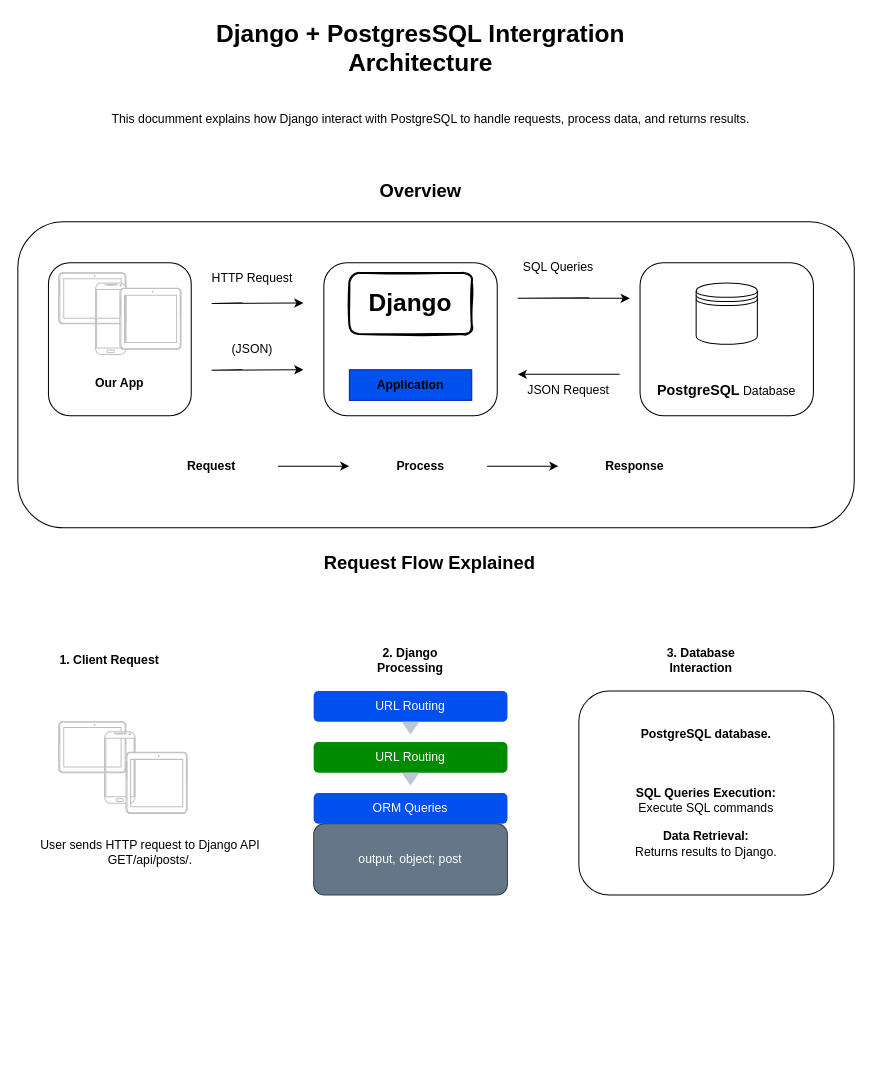
Above: Untitled Diagram.drawio in ksandile/dbInStoreForumBackend (draw.io), before the change. Source tidied: cells renumbered, new cells numbered last; positions are measured from the earlier drawing's top-left corner, leaving out a move shared by most shapes. Both pictures are drawn from the tidied source at 102%, with x=0, y=0 at pixel (17, 17).
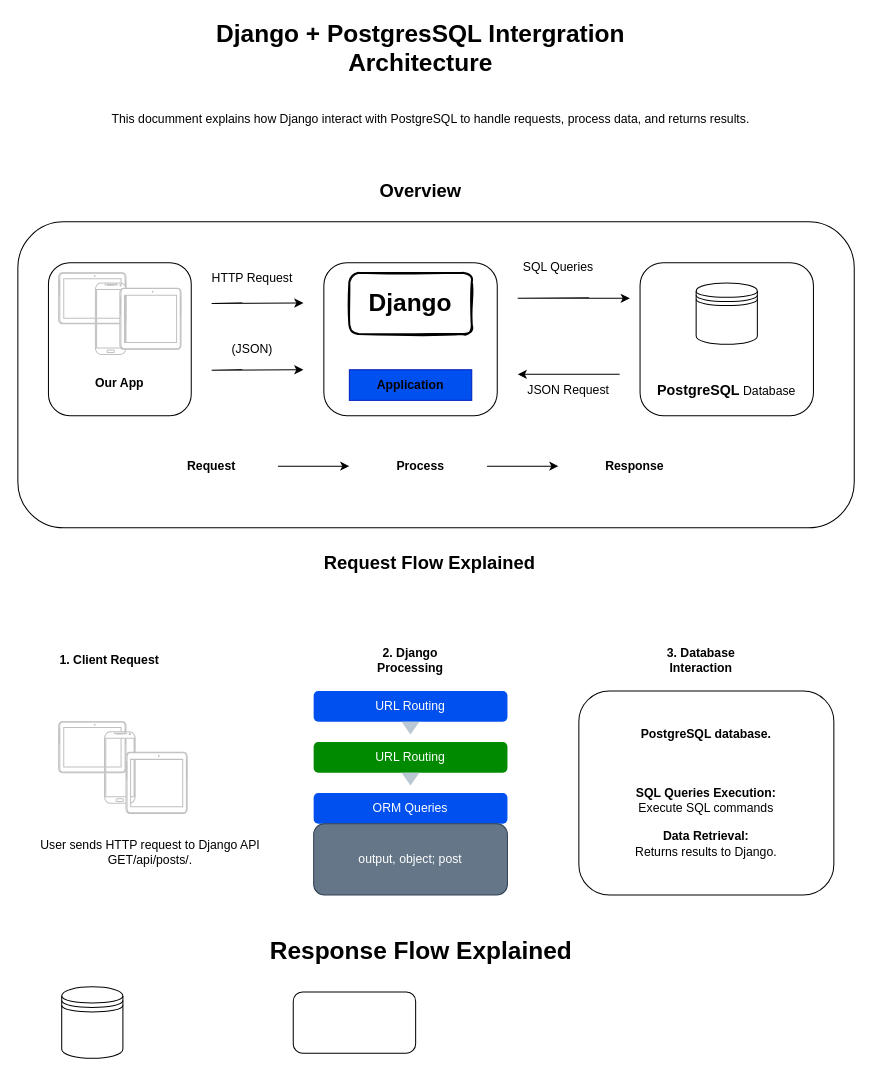
Above is the later version.

Change to the diagram source:
```diff
@@
+    <mxCell id="45" value="&lt;b&gt;&lt;font style=&quot;font-size: 24px;&quot;&gt;Response Flow Explained&lt;/font&gt;&lt;/b&gt;" style="text;html=1;whiteSpace=wrap;strokeColor=none;fillColor=none;align=center;verticalAlign=middle;rounded=0;fontFamily=Helvetica;fontSize=12;fontColor=default;" parent="1" vertex="1">
+      <mxGeometry x="237.5" y="900" width="315" height="30" as="geometry" />
+    </mxCell>
+    <mxCell id="46" style="shape=datastore;whiteSpace=wrap;html=1;" parent="1" vertex="1">
+      <mxGeometry x="43" y="950" width="60" height="70" as="geometry" />
+    </mxCell>
+    <mxCell id="47" style="rounded=1;whiteSpace=wrap;html=1;strokeColor=default;align=center;verticalAlign=middle;fontFamily=Helvetica;fontSize=12;fontColor=default;fillColor=default;" parent="1" vertex="1">
+      <mxGeometry x="270" y="955" width="120" height="60" as="geometry" />
+    </mxCell>
```
